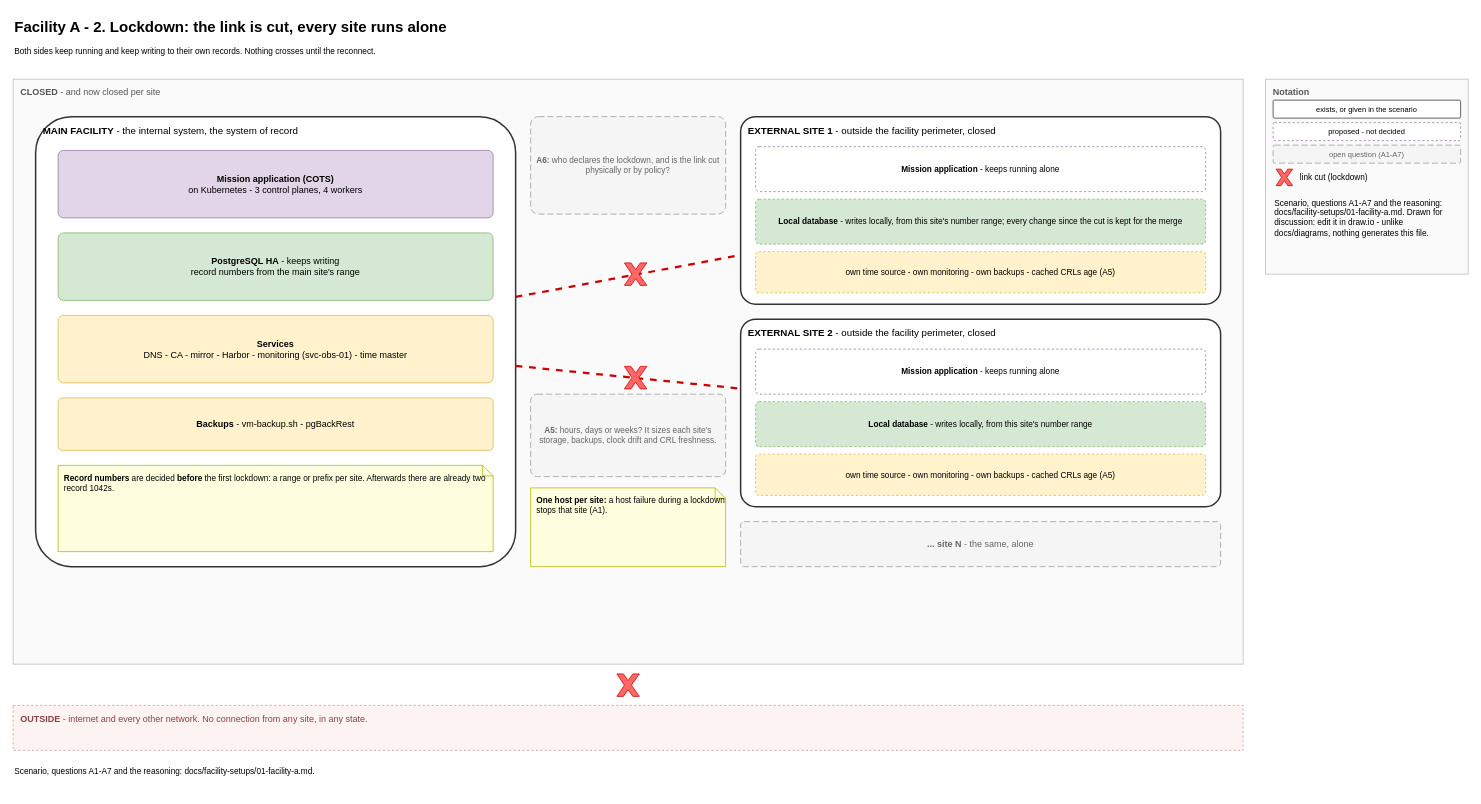
The draw.io diagram page "2 - Lockdown" (2 of 3) of docs/facility-setups/01-facility-a.drawio in mcveybrian-ship-it/canonical-k8s, before the edit. Source tidied: cells renumbered, new cells numbered last; positions are measured from the earlier drawing's top-left corner, leaving out a move shared by most shapes. Both pictures are drawn from the tidied source at 75%, with x=0, y=0 at pixel (13, 13).
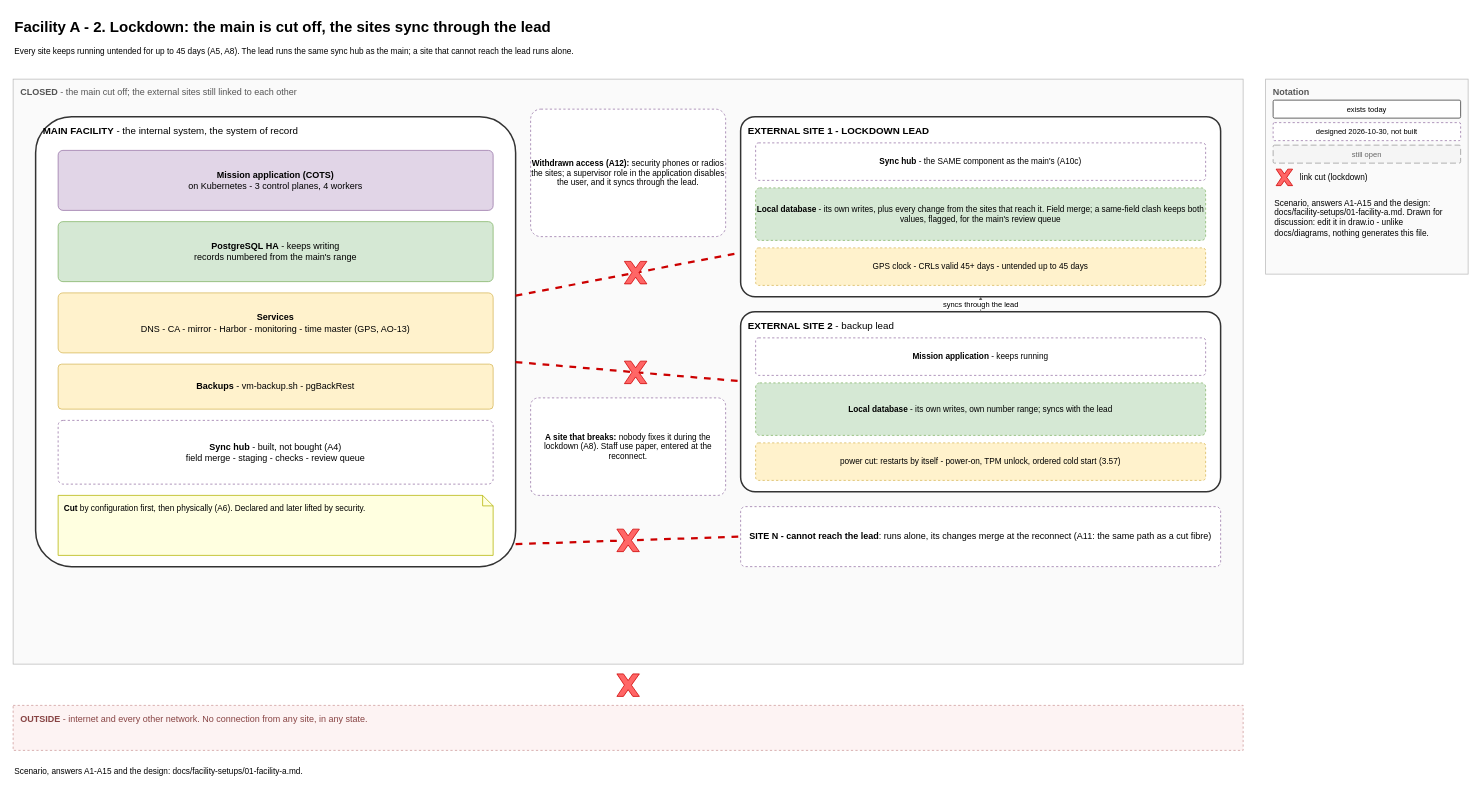
After the change.

Unchanged cells that the change refers to:
```xml
<mxCell id="14" value="&lt;b&gt;MAIN FACILITY&lt;/b&gt; - the internal system, the system of record" style="rounded=1;whiteSpace=wrap;html=1;arcSize=8;fillColor=#ffffff;strokeColor=#333333;strokeWidth=2;verticalAlign=top;align=left;spacingLeft=8;spacingTop=4;fontSize=13;" parent="1" vertex="1">
  <mxGeometry x="30" y="138" width="640" height="600" as="geometry" />
</mxCell>
```

The edit, as a diff of the source:
```diff
@@
-    <mxCell id="2" value="Facility A - 2. Lockdown: the link is cut, every site runs alone" style="text;html=1;align=left;verticalAlign=top;fontSize=20;fontStyle=1;" parent="1" vertex="1">
+    <mxCell id="2" value="Facility A - 2. Lockdown: the main is cut off, the sites sync through the lead" style="text;html=1;align=left;verticalAlign=top;fontSize=20;fontStyle=1;" parent="1" vertex="1">
       <mxGeometry width="1640" height="36" as="geometry" />
     </mxCell>
-    <mxCell id="3" value="Both sides keep running and keep writing to their own records. Nothing crosses until the reconnect." style="text;html=1;align=left;verticalAlign=top;whiteSpace=wrap;fontSize=11;" parent="1" vertex="1">
+    <mxCell id="3" value="Every site keeps running untended for up to 45 days (A5, A8). The lead runs the same sync hub as the main; a site that cannot reach the lead runs alone." style="text;html=1;align=left;verticalAlign=top;whiteSpace=wrap;fontSize=11;" parent="1" vertex="1">
       <mxGeometry y="38" width="1640" height="34" as="geometry" />
     </mxCell>
@@
-    <mxCell id="5" value="exists, or given in the scenario" style="rounded=1;whiteSpace=wrap;html=1;arcSize=8;fillColor=#ffffff;strokeColor=#333333;fontSize=10;" parent="1" vertex="1">
+    <mxCell id="5" value="exists today" style="rounded=1;whiteSpace=wrap;html=1;arcSize=8;fillColor=#ffffff;strokeColor=#333333;fontSize=10;" parent="1" vertex="1">
       <mxGeometry x="1680" y="116" width="250" height="24" as="geometry" />
     </mxCell>
-    <mxCell id="6" value="proposed - not decided" style="rounded=1;whiteSpace=wrap;html=1;arcSize=8;fillColor=#ffffff;strokeColor=#9673a6;dashed=1;fontSize=10;" parent="1" vertex="1">
+    <mxCell id="6" value="designed 2026-10-30, not built" style="rounded=1;whiteSpace=wrap;html=1;arcSize=8;fillColor=#ffffff;strokeColor=#9673a6;dashed=1;fontSize=10;" parent="1" vertex="1">
       <mxGeometry x="1680" y="146" width="250" height="24" as="geometry" />
     </mxCell>
-    <mxCell id="7" value="open question (A1-A7)" style="rounded=1;whiteSpace=wrap;html=1;arcSize=8;fillColor=#f5f5f5;strokeColor=#999999;dashed=1;dashPattern=8 4;fontColor=#666666;fontSize=10;" parent="1" vertex="1">
+    <mxCell id="7" value="still open" style="rounded=1;whiteSpace=wrap;html=1;arcSize=8;fillColor=#f5f5f5;strokeColor=#999999;dashed=1;dashPattern=8 4;fontColor=#666666;fontSize=10;" parent="1" vertex="1">
       <mxGeometry x="1680" y="176" width="250" height="24" as="geometry" />
     </mxCell>
@@
-    <mxCell id="10" value="Scenario, questions A1-A7 and the reasoning: docs/facility-setups/01-facility-a.md. Drawn for discussion: edit it in draw.io - unlike docs/diagrams, nothing generates this file." style="text;html=1;align=left;verticalAlign=top;whiteSpace=wrap;fontSize=11;" parent="1" vertex="1">
+    <mxCell id="10" value="Scenario, answers A1-A15 and the design: docs/facility-setups/01-facility-a.md. Drawn for discussion: edit it in draw.io - unlike docs/diagrams, nothing generates this file." style="text;html=1;align=left;verticalAlign=top;whiteSpace=wrap;fontSize=11;" parent="1" vertex="1">
       <mxGeometry x="1680" y="240" width="250" height="100" as="geometry" />
     </mxCell>
-    <mxCell id="11" value="&lt;b&gt;CLOSED&lt;/b&gt; - and now closed per site" style="rounded=0;whiteSpace=wrap;html=1;fillColor=#fafafa;strokeColor=#bbbbbb;verticalAlign=top;align=left;spacingLeft=8;spacingTop=4;fontColor=#555555;fontSize=12;" parent="1" vertex="1">
+    <mxCell id="11" value="&lt;b&gt;CLOSED&lt;/b&gt; - the main cut off; the external sites still linked to each other" style="rounded=0;whiteSpace=wrap;html=1;fillColor=#fafafa;strokeColor=#bbbbbb;verticalAlign=top;align=left;spacingLeft=8;spacingTop=4;fontColor=#555555;fontSize=12;" parent="1" vertex="1">
       <mxGeometry y="88" width="1640" height="780" as="geometry" />
     </mxCell>
@@
     <mxCell id="15" value="&lt;b&gt;Mission application (COTS)&lt;/b&gt;&lt;br&gt;on Kubernetes - 3 control planes, 4 workers" style="rounded=1;whiteSpace=wrap;html=1;arcSize=8;fillColor=#e1d5e7;strokeColor=#9673a6;fontSize=12;" parent="1" vertex="1">
-      <mxGeometry x="60" y="183" width="580" height="90" as="geometry" />
+      <mxGeometry x="60" y="183" width="580" height="80" as="geometry" />
     </mxCell>
-    <mxCell id="16" value="&lt;b&gt;PostgreSQL HA&lt;/b&gt; - keeps writing&lt;br&gt;record numbers from the main site's range" style="rounded=1;whiteSpace=wrap;html=1;arcSize=8;fillColor=#d5e8d4;strokeColor=#82b366;fontSize=12;" parent="1" vertex="1">
-      <mxGeometry x="60" y="293" width="580" height="90" as="geometry" />
+    <mxCell id="16" value="&lt;b&gt;PostgreSQL HA&lt;/b&gt; - keeps writing&lt;br&gt;records numbered from the main's range" style="rounded=1;whiteSpace=wrap;html=1;arcSize=8;fillColor=#d5e8d4;strokeColor=#82b366;fontSize=12;" parent="1" vertex="1">
+      <mxGeometry x="60" y="278" width="580" height="80" as="geometry" />
     </mxCell>
-    <mxCell id="17" value="&lt;b&gt;Services&lt;/b&gt;&lt;br&gt;DNS - CA - mirror - Harbor - monitoring (svc-obs-01) - time master" style="rounded=1;whiteSpace=wrap;html=1;arcSize=8;fillColor=#fff2cc;strokeColor=#d6b656;fontSize=12;" parent="1" vertex="1">
-      <mxGeometry x="60" y="403" width="580" height="90" as="geometry" />
+    <mxCell id="17" value="&lt;b&gt;Services&lt;/b&gt;&lt;br&gt;DNS - CA - mirror - Harbor - monitoring - time master (GPS, AO-13)" style="rounded=1;whiteSpace=wrap;html=1;arcSize=8;fillColor=#fff2cc;strokeColor=#d6b656;fontSize=12;" parent="1" vertex="1">
+      <mxGeometry x="60" y="373" width="580" height="80" as="geometry" />
     </mxCell>
     <mxCell id="18" value="&lt;b&gt;Backups&lt;/b&gt; - vm-backup.sh - pgBackRest" style="rounded=1;whiteSpace=wrap;html=1;arcSize=8;fillColor=#fff2cc;strokeColor=#d6b656;fontSize=12;" parent="1" vertex="1">
-      <mxGeometry x="60" y="513" width="580" height="70" as="geometry" />
+      <mxGeometry x="60" y="468" width="580" height="60" as="geometry" />
     </mxCell>
-    <mxCell id="19" value="&lt;b&gt;Record numbers&lt;/b&gt; are decided &lt;b&gt;before&lt;/b&gt; the first lockdown: a range or prefix per site. Afterwards there are already two record 1042s." style="shape=note;whiteSpace=wrap;html=1;size=14;fillColor=#ffffe0;strokeColor=#b3b300;align=left;verticalAlign=top;spacingLeft=6;spacingTop=4;fontSize=11;" parent="1" vertex="1">
-      <mxGeometry x="60" y="603" width="580" height="115" as="geometry" />
+    <mxCell id="19" value="&lt;b&gt;Sync hub&lt;/b&gt; - built, not bought (A4)&lt;br&gt;field merge - staging - checks - review queue" style="rounded=1;whiteSpace=wrap;html=1;arcSize=8;fillColor=#ffffff;strokeColor=#9673a6;dashed=1;fontSize=12;" parent="1" vertex="1">
+      <mxGeometry x="60" y="543" width="580" height="85" as="geometry" />
     </mxCell>
-    <mxCell id="20" value="&lt;b&gt;EXTERNAL SITE 1&lt;/b&gt; - outside the facility perimeter, closed" style="rounded=1;whiteSpace=wrap;html=1;arcSize=8;fillColor=#ffffff;strokeColor=#333333;strokeWidth=2;verticalAlign=top;align=left;spacingLeft=8;spacingTop=4;fontSize=13;" parent="1" vertex="1">
-      <mxGeometry x="970" y="138" width="640" height="250" as="geometry" />
+    <mxCell id="20" value="&lt;b&gt;Cut&lt;/b&gt; by configuration first, then physically (A6). Declared and later lifted by security." style="shape=note;whiteSpace=wrap;html=1;size=14;fillColor=#ffffe0;strokeColor=#b3b300;align=left;verticalAlign=top;spacingLeft=6;spacingTop=4;fontSize=11;" parent="1" vertex="1">
+      <mxGeometry x="60" y="643" width="580" height="80" as="geometry" />
     </mxCell>
-    <mxCell id="21" value="&lt;b&gt;Mission application&lt;/b&gt; - keeps running alone" style="rounded=1;whiteSpace=wrap;html=1;arcSize=8;fillColor=#ffffff;strokeColor=#9673a6;dashed=1;fontSize=11;" parent="1" vertex="1">
-      <mxGeometry x="990" y="178" width="600" height="60" as="geometry" />
+    <mxCell id="21" value="&lt;b&gt;EXTERNAL SITE 1 - LOCKDOWN LEAD&lt;/b&gt;" style="rounded=1;whiteSpace=wrap;html=1;arcSize=8;fillColor=#ffffff;strokeColor=#333333;strokeWidth=2;verticalAlign=top;align=left;spacingLeft=8;spacingTop=4;fontSize=13;" parent="1" vertex="1">
+      <mxGeometry x="970" y="138" width="640" height="240" as="geometry" />
     </mxCell>
-    <mxCell id="22" value="&lt;b&gt;Local database&lt;/b&gt; - writes locally, from this site's number range; every change since the cut is kept for the merge" style="rounded=1;whiteSpace=wrap;html=1;arcSize=8;fillColor=#d5e8d4;strokeColor=#82b366;dashed=1;fontSize=11;" parent="1" vertex="1">
-      <mxGeometry x="990" y="248" width="600" height="60" as="geometry" />
+    <mxCell id="22" value="&lt;b&gt;Sync hub&lt;/b&gt; - the SAME component as the main's (A10c)" style="rounded=1;whiteSpace=wrap;html=1;arcSize=8;fillColor=#ffffff;strokeColor=#9673a6;dashed=1;fontSize=11;" parent="1" vertex="1">
+      <mxGeometry x="990" y="173" width="600" height="50" as="geometry" />
     </mxCell>
-    <mxCell id="23" value="own time source - own monitoring - own backups - cached CRLs age (A5)" style="rounded=1;whiteSpace=wrap;html=1;arcSize=8;fillColor=#fff2cc;strokeColor=#d6b656;dashed=1;fontSize=11;" parent="1" vertex="1">
-      <mxGeometry x="990" y="318" width="600" height="55" as="geometry" />
+    <mxCell id="23" value="&lt;b&gt;Local database&lt;/b&gt; - its own writes, plus every change from the sites that reach it. Field merge; a same-field clash keeps both values, flagged, for the main's review queue" style="rounded=1;whiteSpace=wrap;html=1;arcSize=8;fillColor=#d5e8d4;strokeColor=#82b366;dashed=1;fontSize=11;" parent="1" vertex="1">
+      <mxGeometry x="990" y="233" width="600" height="70" as="geometry" />
     </mxCell>
-    <mxCell id="24" value="&lt;b&gt;EXTERNAL SITE 2&lt;/b&gt; - outside the facility perimeter, closed" style="rounded=1;whiteSpace=wrap;html=1;arcSize=8;fillColor=#ffffff;strokeColor=#333333;strokeWidth=2;verticalAlign=top;align=left;spacingLeft=8;spacingTop=4;fontSize=13;" parent="1" vertex="1">
-      <mxGeometry x="970" y="408" width="640" height="250" as="geometry" />
+    <mxCell id="24" value="GPS clock - CRLs valid 45+ days - untended up to 45 days" style="rounded=1;whiteSpace=wrap;html=1;arcSize=8;fillColor=#fff2cc;strokeColor=#d6b656;dashed=1;fontSize=11;" parent="1" vertex="1">
+      <mxGeometry x="990" y="313" width="600" height="50" as="geometry" />
     </mxCell>
-    <mxCell id="25" value="&lt;b&gt;Mission application&lt;/b&gt; - keeps running alone" style="rounded=1;whiteSpace=wrap;html=1;arcSize=8;fillColor=#ffffff;strokeColor=#9673a6;dashed=1;fontSize=11;" parent="1" vertex="1">
-      <mxGeometry x="990" y="448" width="600" height="60" as="geometry" />
+    <mxCell id="25" value="&lt;b&gt;EXTERNAL SITE 2&lt;/b&gt; - backup lead" style="rounded=1;whiteSpace=wrap;html=1;arcSize=8;fillColor=#ffffff;strokeColor=#333333;strokeWidth=2;verticalAlign=top;align=left;spacingLeft=8;spacingTop=4;fontSize=13;" parent="1" vertex="1">
+      <mxGeometry x="970" y="398" width="640" height="240" as="geometry" />
     </mxCell>
-    <mxCell id="26" value="&lt;b&gt;Local database&lt;/b&gt; - writes locally, from this site's number range" style="rounded=1;whiteSpace=wrap;html=1;arcSize=8;fillColor=#d5e8d4;strokeColor=#82b366;dashed=1;fontSize=11;" parent="1" vertex="1">
-      <mxGeometry x="990" y="518" width="600" height="60" as="geometry" />
+    <mxCell id="26" value="&lt;b&gt;Mission application&lt;/b&gt; - keeps running" style="rounded=1;whiteSpace=wrap;html=1;arcSize=8;fillColor=#ffffff;strokeColor=#9673a6;dashed=1;fontSize=11;" parent="1" vertex="1">
+      <mxGeometry x="990" y="433" width="600" height="50" as="geometry" />
     </mxCell>
-    <mxCell id="27" value="own time source - own monitoring - own backups - cached CRLs age (A5)" style="rounded=1;whiteSpace=wrap;html=1;arcSize=8;fillColor=#fff2cc;strokeColor=#d6b656;dashed=1;fontSize=11;" parent="1" vertex="1">
-      <mxGeometry x="990" y="588" width="600" height="55" as="geometry" />
+    <mxCell id="27" value="&lt;b&gt;Local database&lt;/b&gt; - its own writes, own number range; syncs with the lead" style="rounded=1;whiteSpace=wrap;html=1;arcSize=8;fillColor=#d5e8d4;strokeColor=#82b366;dashed=1;fontSize=11;" parent="1" vertex="1">
+      <mxGeometry x="990" y="493" width="600" height="70" as="geometry" />
     </mxCell>
-    <mxCell id="28" value="&lt;b&gt;... site N&lt;/b&gt; - the same, alone" style="rounded=1;whiteSpace=wrap;html=1;arcSize=8;fillColor=#f5f5f5;strokeColor=#999999;dashed=1;dashPattern=8 4;fontColor=#666666;fontSize=12;" parent="1" vertex="1">
-      <mxGeometry x="970" y="678" width="640" height="60" as="geometry" />
+    <mxCell id="28" value="power cut: restarts by itself - power-on, TPM unlock, ordered cold start (3.57)" style="rounded=1;whiteSpace=wrap;html=1;arcSize=8;fillColor=#fff2cc;strokeColor=#d6b656;dashed=1;fontSize=11;" parent="1" vertex="1">
+      <mxGeometry x="990" y="573" width="600" height="50" as="geometry" />
     </mxCell>
-    <mxCell id="29" style="endArrow=none;html=1;rounded=0;strokeColor=#cc0000;strokeWidth=3;dashed=1;fontSize=11;fontColor=#cc0000;" parent="1" edge="1" source="14" target="20">
-      <mxGeometry relative="1" as="geometry" />
+    <mxCell id="29" value="&lt;b&gt;SITE N - cannot reach the lead&lt;/b&gt;: runs alone, its changes merge at the reconnect (A11: the same path as a cut fibre)" style="rounded=1;whiteSpace=wrap;html=1;arcSize=8;fillColor=#ffffff;strokeColor=#9673a6;dashed=1;fontSize=12;" parent="1" vertex="1">
+      <mxGeometry x="970" y="658" width="640" height="80" as="geometry" />
     </mxCell>
-    <mxCell id="30" style="endArrow=none;html=1;rounded=0;strokeColor=#cc0000;strokeWidth=3;dashed=1;fontSize=11;fontColor=#cc0000;" parent="1" edge="1" source="14" target="24">
+    <mxCell id="30" style="endArrow=none;html=1;rounded=0;strokeColor=#cc0000;strokeWidth=3;dashed=1;" parent="1" edge="1" source="14" target="21">
       <mxGeometry relative="1" as="geometry" />
     </mxCell>
-    <mxCell id="31" style="shape=mxgraph.basic.x;fillColor=#ff6666;strokeColor=#cc0000;fontSize=12;" parent="1" vertex="1">
-      <mxGeometry x="815" y="333" width="30" height="30" as="geometry" />
+    <mxCell id="31" style="endArrow=none;html=1;rounded=0;strokeColor=#cc0000;strokeWidth=3;dashed=1;" parent="1" edge="1" source="14" target="25">
+      <mxGeometry relative="1" as="geometry" />
     </mxCell>
-    <mxCell id="32" style="shape=mxgraph.basic.x;fillColor=#ff6666;strokeColor=#cc0000;fontSize=12;" parent="1" vertex="1">
-      <mxGeometry x="815" y="471" width="30" height="30" as="geometry" />
+    <mxCell id="32" style="endArrow=none;html=1;rounded=0;strokeColor=#cc0000;strokeWidth=3;dashed=1;exitX=1;exitY=0.95;entryX=0;entryY=0.5;" parent="1" edge="1" source="14" target="29">
+      <mxGeometry relative="1" as="geometry" />
     </mxCell>
-    <mxCell id="33" value="&lt;b&gt;A6:&lt;/b&gt; who declares the lockdown, and is the link cut physically or by policy?" style="rounded=1;whiteSpace=wrap;html=1;arcSize=8;fillColor=#f5f5f5;strokeColor=#999999;dashed=1;dashPattern=8 4;fontColor=#666666;fontSize=11;" parent="1" vertex="1">
-      <mxGeometry x="690" y="138" width="260" height="130" as="geometry" />
+    <mxCell id="33" style="shape=mxgraph.basic.x;fillColor=#ff6666;strokeColor=#cc0000;fontSize=12;" parent="1" vertex="1">
+      <mxGeometry x="815" y="331" width="30" height="30" as="geometry" />
     </mxCell>
-    <mxCell id="34" value="&lt;b&gt;A5:&lt;/b&gt; hours, days or weeks? It sizes each site's storage, backups, clock drift and CRL freshness." style="rounded=1;whiteSpace=wrap;html=1;arcSize=8;fillColor=#f5f5f5;strokeColor=#999999;dashed=1;dashPattern=8 4;fontColor=#666666;fontSize=11;" parent="1" vertex="1">
-      <mxGeometry x="690" y="508" width="260" height="110" as="geometry" />
+    <mxCell id="34" style="shape=mxgraph.basic.x;fillColor=#ff6666;strokeColor=#cc0000;fontSize=12;" parent="1" vertex="1">
+      <mxGeometry x="815" y="464" width="30" height="30" as="geometry" />
     </mxCell>
-    <mxCell id="35" value="&lt;b&gt;One host per site:&lt;/b&gt; a host failure during a lockdown stops that site (A1)." style="shape=note;whiteSpace=wrap;html=1;size=14;fillColor=#ffffe0;strokeColor=#b3b300;align=left;verticalAlign=top;spacingLeft=6;spacingTop=4;fontSize=11;" parent="1" vertex="1">
-      <mxGeometry x="690" y="633" width="260" height="105" as="geometry" />
+    <mxCell id="35" style="shape=mxgraph.basic.x;fillColor=#ff6666;strokeColor=#cc0000;fontSize=12;" parent="1" vertex="1">
+      <mxGeometry x="805" y="688" width="30" height="30" as="geometry" />
     </mxCell>
-    <mxCell id="36" value="Scenario, questions A1-A7 and the reasoning: docs/facility-setups/01-facility-a.md." style="text;html=1;align=left;verticalAlign=top;whiteSpace=wrap;fontSize=11;" parent="1" vertex="1">
-      <mxGeometry y="998" width="1640" height="40" as="geometry" />
+    <mxCell id="36" value="syncs through the lead" style="endArrow=block;endFill=1;html=1;rounded=1;edgeStyle=orthogonalEdgeStyle;strokeColor=#555555;fontSize=10;dashed=1;" parent="1" edge="1" source="25" target="21">
+      <mxGeometry relative="1" as="geometry" />
     </mxCell>
+    <mxCell id="37" value="&lt;b&gt;Withdrawn access (A12):&lt;/b&gt; security phones or radios the sites; a supervisor role in the application disables the user, and it syncs through the lead." style="rounded=1;whiteSpace=wrap;html=1;arcSize=8;fillColor=#ffffff;strokeColor=#9673a6;dashed=1;fontSize=11;" parent="1" vertex="1">
+      <mxGeometry x="690" y="128" width="260" height="170" as="geometry" />
+    </mxCell>
+    <mxCell id="38" value="&lt;b&gt;A site that breaks:&lt;/b&gt; nobody fixes it during the lockdown (A8). Staff use paper, entered at the reconnect." style="rounded=1;whiteSpace=wrap;html=1;arcSize=8;fillColor=#ffffff;strokeColor=#9673a6;dashed=1;fontSize=11;" parent="1" vertex="1">
+      <mxGeometry x="690" y="513" width="260" height="130" as="geometry" />
+    </mxCell>
+    <mxCell id="39" value="Scenario, answers A1-A15 and the design: docs/facility-setups/01-facility-a.md." style="text;html=1;align=left;verticalAlign=top;whiteSpace=wrap;fontSize=11;" parent="1" vertex="1">
+      <mxGeometry y="998" width="1640" height="40" as="geometry" />
+    </mxCell>
```
